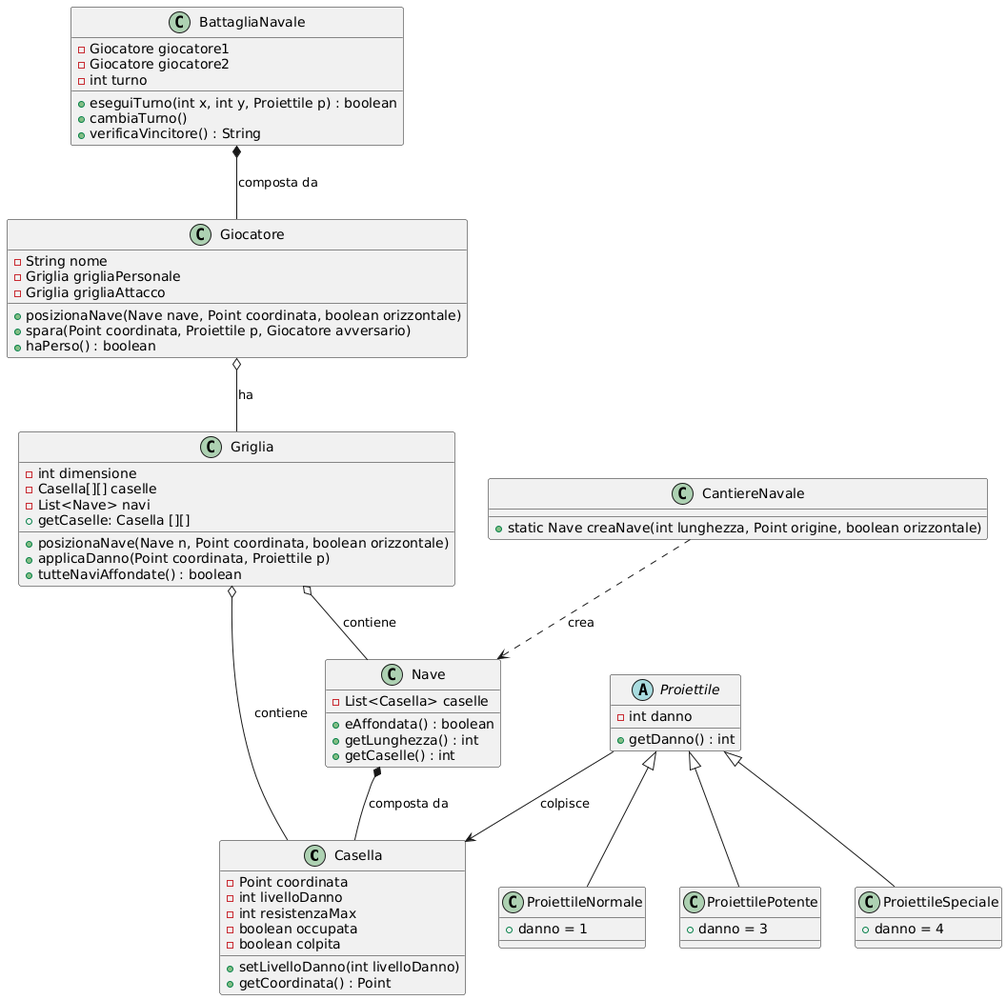
Above: docs/model.png in l-papadopol/BattleShip-AI (PlantUML), before the change.
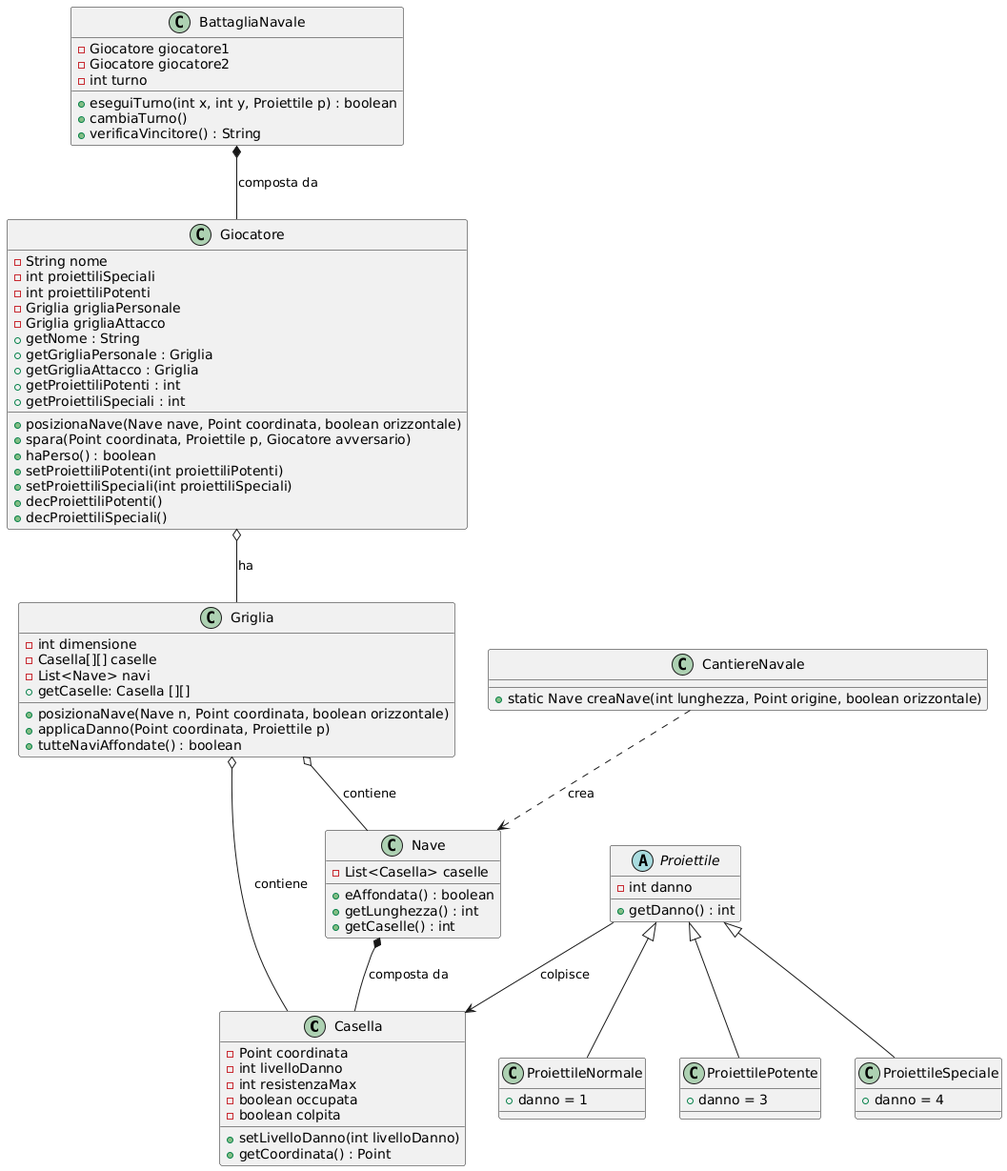
Later version of the same file.

Diff of the diagram source:
```diff
@@ -28,11 +28,23 @@
 
 class Giocatore {
     - String nome
+    - int proiettiliSpeciali
+    - int proiettiliPotenti
     - Griglia grigliaPersonale
     - Griglia grigliaAttacco
+    + getNome : String
+    + getGrigliaPersonale : Griglia
+    + getGrigliaAttacco : Griglia
     + posizionaNave(Nave nave, Point coordinata, boolean orizzontale)
     + spara(Point coordinata, Proiettile p, Giocatore avversario)
     + haPerso() : boolean
+    + getProiettiliPotenti : int
+    + getProiettiliSpeciali : int
+    + setProiettiliPotenti(int proiettiliPotenti)
+    + setProiettiliSpeciali(int proiettiliSpeciali)
+    + decProiettiliPotenti()
+    + decProiettiliSpeciali()
+
 }
 
 abstract class Proiettile {
```
